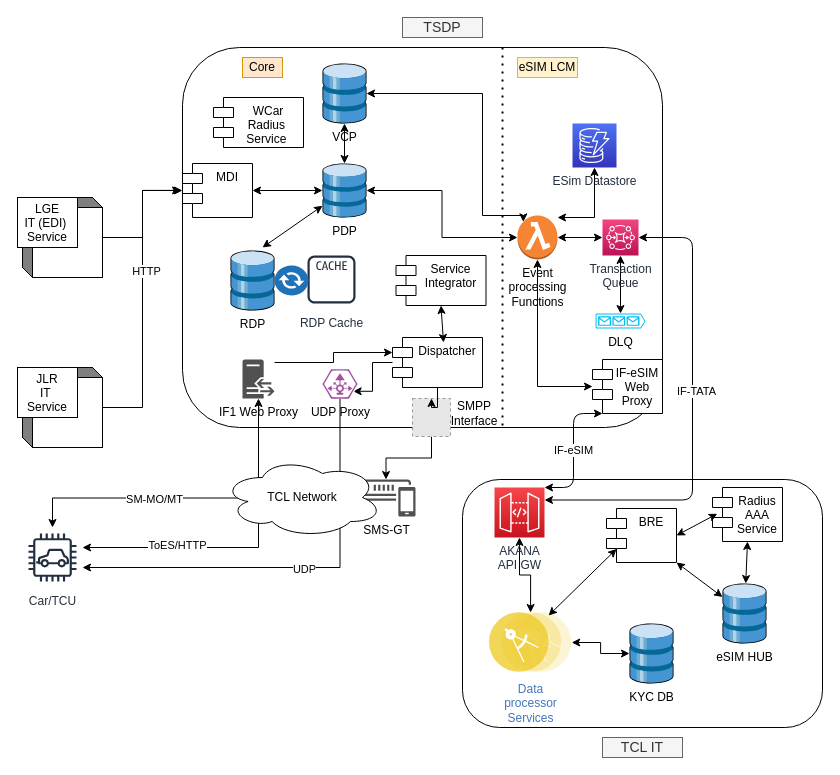
The draw.io diagram page "Overall eSIM System Interactions" (1 of 12) of src/main/resources/VDC_eSIM_dataflow_WC_TCL.drawio in subhachat/CodeKata, before the edit. Source tidied: cells renumbered, new cells numbered last; positions are measured from the earlier drawing's top-left corner, leaving out a move shared by most shapes. Both pictures are drawn from the tidied source at 100%, with x=0, y=0 at pixel (22, 17). Pictures stored in the file or linked from it are replaced by grey dashed boxes.
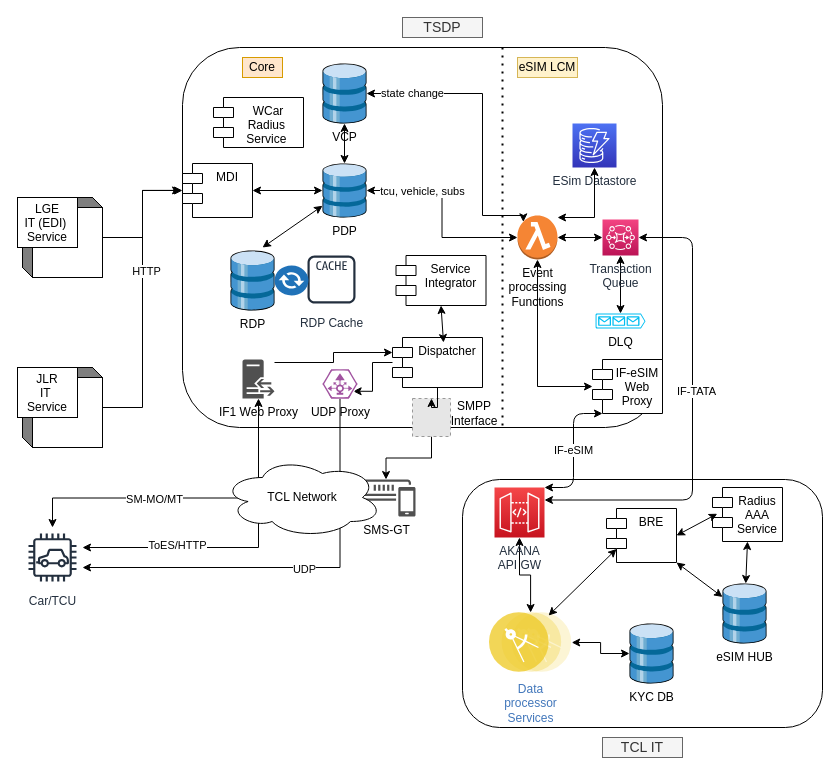
After the change.

The change refers to these unchanged cells:
```xml
<mxCell id="22" style="edgeStyle=orthogonalEdgeStyle;rounded=0;jettySize=auto;html=1;entryX=0;entryY=0.5;entryDx=0;entryDy=0;entryPerimeter=0;startArrow=classic;startFill=1;" parent="1" edge="1" source="23" target="52">
  <mxGeometry relative="1" as="geometry" />
</mxCell>
<mxCell id="25" style="edgeStyle=orthogonalEdgeStyle;rounded=0;jettySize=auto;html=1;entryX=0.145;entryY=0.145;entryDx=0;entryDy=0;entryPerimeter=0;startArrow=classic;startFill=1;" parent="1" edge="1" source="26" target="52">
  <mxGeometry relative="1" as="geometry">
    <Array as="points">
      <mxPoint x="460" y="76" />
      <mxPoint x="460" y="198" />
      <mxPoint x="501" y="198" />
    </Array>
  </mxGeometry>
</mxCell>
```

The edit, as a diff of the source:
```diff
@@
+    <mxCell id="72" value="tcu, vehicle, subs" style="edgeLabel;html=1;align=center;verticalAlign=middle;" parent="22" vertex="1">
+      <mxGeometry x="-0.43" relative="1" as="geometry">
+        <mxPoint x="-1" as="offset" />
+      </mxGeometry>
+    </mxCell>
@@
+    <mxCell id="73" value="state change" style="edgeLabel;html=1;align=center;verticalAlign=middle;" parent="25" vertex="1">
+      <mxGeometry x="-0.51" y="4" relative="1" as="geometry">
+        <mxPoint x="-24.7" y="3.9" as="offset" />
+      </mxGeometry>
+    </mxCell>
```
